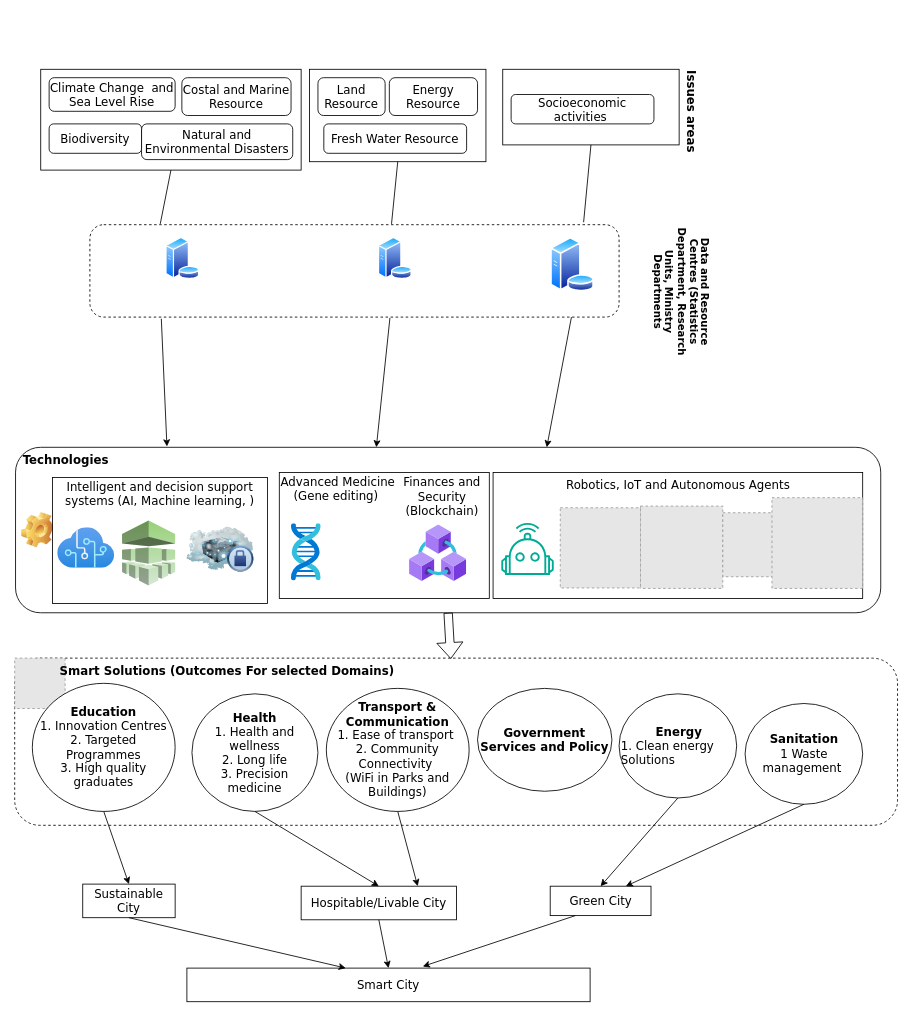
Above: page "BarbudaSmart" (2 of 2) of SystemReasoningOverview.drawio in Kibolabs/Diagrams (draw.io), before the change. Source tidied: cells renumbered, new cells numbered last; positions are measured from the earlier drawing's top-left corner, leaving out a move shared by most shapes. Both pictures are drawn from the tidied source at 84%, with x=0, y=0 at pixel (14, 69). Pictures stored in the file or linked from it are replaced by grey dashed boxes.
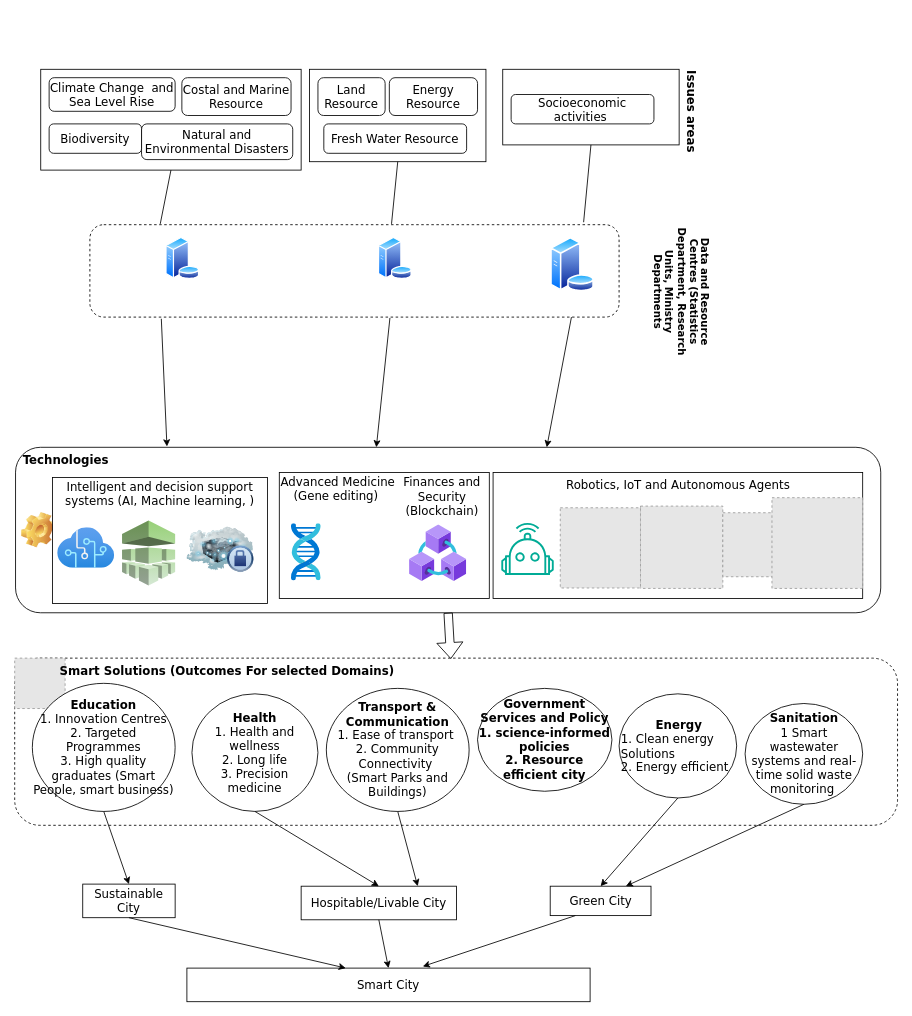
The same diagram, later.

Change to the diagram source:
```diff
@@
-    <mxCell id="38" value="&lt;b style=&quot;font-size: 14px;&quot;&gt;Transport &amp;amp; Communication&lt;/b&gt;&lt;br style=&quot;font-size: 14px;&quot;&gt;&lt;div style=&quot;&quot;&gt;1. Ease of transport&amp;nbsp;&lt;/div&gt;&lt;div style=&quot;&quot;&gt;&lt;div style=&quot;&quot;&gt;2. Community Connectivity&amp;nbsp;&lt;/div&gt;&lt;div style=&quot;&quot;&gt;&lt;div style=&quot;&quot;&gt;&lt;div style=&quot;&quot;&gt;(WiFi in Parks and Buildings)&lt;/div&gt;&lt;/div&gt;&lt;/div&gt;&lt;/div&gt;" style="ellipse;whiteSpace=wrap;html=1;fontFamily=Verdana;fontSize=14;" parent="1" vertex="1">
+    <mxCell id="38" value="&lt;b style=&quot;font-size: 14px;&quot;&gt;Transport &amp;amp; Communication&lt;/b&gt;&lt;br style=&quot;font-size: 14px;&quot;&gt;&lt;div style=&quot;&quot;&gt;1. Ease of transport&amp;nbsp;&lt;/div&gt;&lt;div style=&quot;&quot;&gt;&lt;div style=&quot;&quot;&gt;2. Community Connectivity&amp;nbsp;&lt;/div&gt;&lt;div style=&quot;&quot;&gt;&lt;div style=&quot;&quot;&gt;&lt;div style=&quot;&quot;&gt;(Smart Parks and Buildings)&lt;/div&gt;&lt;/div&gt;&lt;/div&gt;&lt;/div&gt;" style="ellipse;whiteSpace=wrap;html=1;fontFamily=Verdana;fontSize=14;" parent="1" vertex="1">
       <mxGeometry x="371" y="737" width="170" height="146.5" as="geometry" />
     </mxCell>
@@
-    <mxCell id="40" value="&lt;span style=&quot;font-size: 14px;&quot;&gt;&lt;b&gt;Sanitation&lt;/b&gt;&lt;br&gt;1 Waste management&amp;nbsp;&lt;br&gt;&lt;/span&gt;" style="ellipse;whiteSpace=wrap;html=1;fontFamily=Verdana;fontSize=14;" parent="1" vertex="1">
+    <mxCell id="40" value="&lt;b style=&quot;font-size: 14px;&quot;&gt;Sanitation&lt;/b&gt;&lt;br&gt;1 Smart wastewater systems and real-time solid waste monitoring&lt;span style=&quot;font-size: 14px;&quot;&gt;&amp;nbsp;&lt;br&gt;&lt;/span&gt;" style="ellipse;whiteSpace=wrap;html=1;fontFamily=Verdana;fontSize=14;" parent="1" vertex="1">
       <mxGeometry x="869.5" y="755" width="140" height="120" as="geometry" />
     </mxCell>
-    <mxCell id="41" value="&lt;b style=&quot;font-size: 14px;&quot;&gt;Education&lt;/b&gt;&lt;br style=&quot;font-size: 14px;&quot;&gt;1. Innovation Centres&lt;br style=&quot;font-size: 14px;&quot;&gt;2. Targeted Programmes&lt;br&gt;3. High quality graduates" style="ellipse;whiteSpace=wrap;html=1;fontFamily=Verdana;fontSize=14;" parent="1" vertex="1">
+    <mxCell id="41" value="&lt;b style=&quot;font-size: 14px;&quot;&gt;Education&lt;/b&gt;&lt;br style=&quot;font-size: 14px;&quot;&gt;1. Innovation Centres&lt;br style=&quot;font-size: 14px;&quot;&gt;2. Targeted Programmes&lt;br&gt;3. High quality graduates (Smart People, smart business)" style="ellipse;whiteSpace=wrap;html=1;fontFamily=Verdana;fontSize=14;" parent="1" vertex="1">
       <mxGeometry x="21" y="731" width="170" height="152.5" as="geometry" />
     </mxCell>
@@
-    <mxCell id="52" value="&lt;div style=&quot;text-align: center;&quot;&gt;&lt;b&gt;Energy&lt;/b&gt;&lt;/div&gt;&lt;span style=&quot;font-size: 14px;&quot;&gt;&lt;div style=&quot;&quot;&gt;1. Clean energy Solutions&lt;/div&gt;&lt;/span&gt;" style="ellipse;whiteSpace=wrap;html=1;fontFamily=Verdana;fontSize=14;align=left;" parent="1" vertex="1">
+    <mxCell id="52" value="&lt;div style=&quot;text-align: center;&quot;&gt;&lt;b&gt;Energy&lt;/b&gt;&lt;/div&gt;&lt;span style=&quot;font-size: 14px;&quot;&gt;&lt;div style=&quot;&quot;&gt;1. Clean energy Solutions&lt;/div&gt;&lt;div style=&quot;&quot;&gt;2. Energy efficient&lt;/div&gt;&lt;/span&gt;" style="ellipse;whiteSpace=wrap;html=1;fontFamily=Verdana;fontSize=14;align=left;" parent="1" vertex="1">
       <mxGeometry x="719.5" y="743.5" width="140" height="124" as="geometry" />
     </mxCell>
@@
-    <mxCell id="55" value="&lt;b&gt;Government Services and&amp;nbsp;Policy&lt;/b&gt;" style="ellipse;whiteSpace=wrap;html=1;fontFamily=Verdana;fontSize=14;" parent="1" vertex="1">
+    <mxCell id="55" value="&lt;b&gt;Government Services and&amp;nbsp;Policy&lt;br&gt;1. science-informed policies&lt;br&gt;2. Resource efficient city&lt;br&gt;&lt;/b&gt;" style="ellipse;whiteSpace=wrap;html=1;fontFamily=Verdana;fontSize=14;" parent="1" vertex="1">
       <mxGeometry x="551" y="737" width="160" height="122.5" as="geometry" />
     </mxCell>
```
